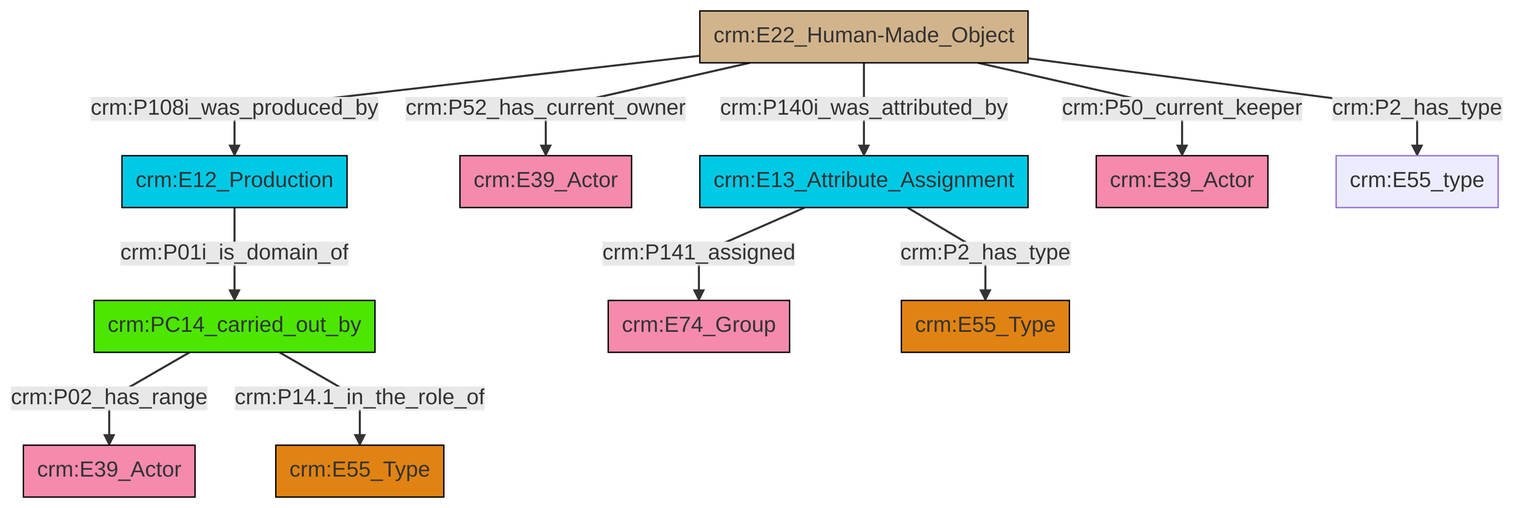
This is et/artworkCSV/ttl/mmd/png/Artwork_Actor_Relations.png from swiss-art-research-net/docs.swissartresearch, a Mermaid export, as it was before one commit. Its source is kept beside it as et/artworkCSV/ttl/mmd/Artwork_Actor_Relations.ttl.mmd.
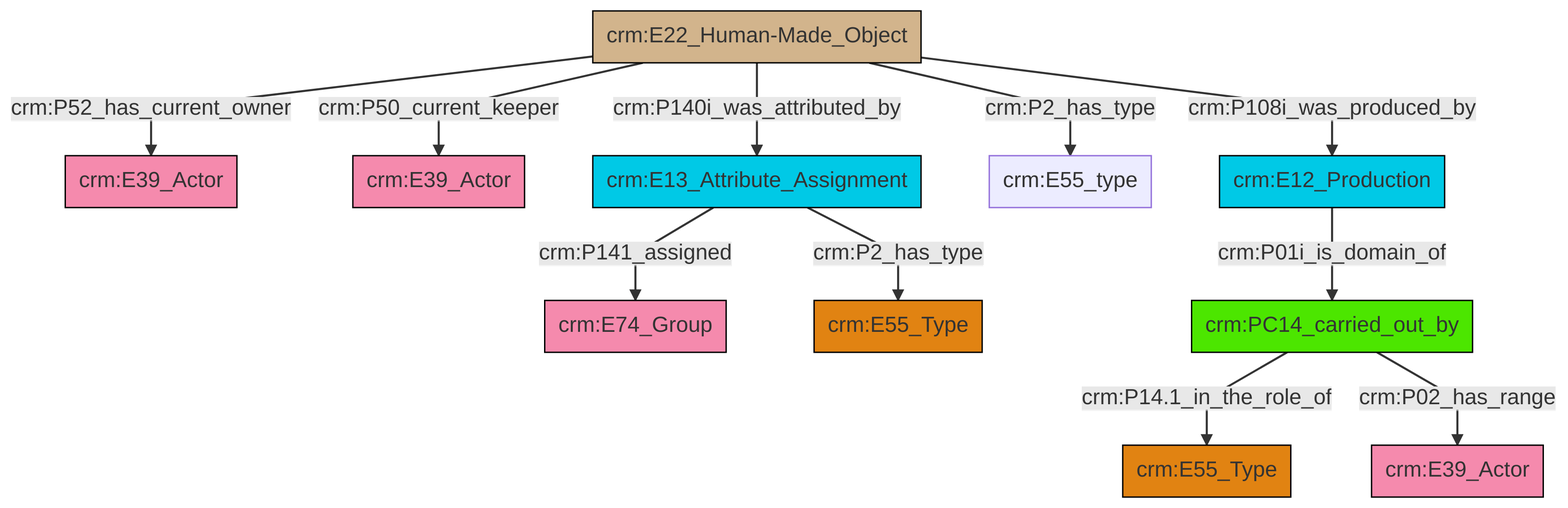
After the change.

Change to the diagram source:
```diff
@@ -13,13 +13,13 @@
 classDef PC_Classes fill:#4ce600, stroke:#000000;
 classDef Multi fill:#cccccc,stroke:#000000;
 
-4["crm:E22_Human-Made_Object"]:::Physical_Thing -->|crm:P108i_was_produced_by| 2["crm:E12_Production"]:::Temporal_Entity
-7["crm:PC14_carried_out_by"]:::PC_Classes -->|crm:P02_has_range| 8["crm:E39_Actor"]:::Actor
-9["crm:E13_Attribute_Assignment"]:::Temporal_Entity -->|crm:P141_assigned| 10["crm:E74_Group"]:::Actor
-4["crm:E22_Human-Made_Object"]:::Physical_Thing -->|crm:P52_has_current_owner| 14["crm:E39_Actor"]:::Actor
-4["crm:E22_Human-Made_Object"]:::Physical_Thing -->|crm:P140i_was_attributed_by| 9["crm:E13_Attribute_Assignment"]:::Temporal_Entity
-4["crm:E22_Human-Made_Object"]:::Physical_Thing -->|crm:P50_current_keeper| 11["crm:E39_Actor"]:::Actor
-2["crm:E12_Production"]:::Temporal_Entity -->|crm:P01i_is_domain_of| 7["crm:PC14_carried_out_by"]:::PC_Classes
-9["crm:E13_Attribute_Assignment"]:::Temporal_Entity -->|crm:P2_has_type| 0["crm:E55_Type"]:::Type
-4["crm:E22_Human-Made_Object"]:::Physical_Thing -->|crm:P2_has_type| 5["crm:E55_type"]:::Default
-7["crm:PC14_carried_out_by"]:::PC_Classes -->|crm:P14.1_in_the_role_of| 18["crm:E55_Type"]:::Type
+4["crm:E22_Human-Made_Object"]:::Physical_Thing -->|crm:P52_has_current_owner| 0["crm:E39_Actor"]:::Actor
+12["crm:E13_Attribute_Assignment"]:::Temporal_Entity -->|crm:P141_assigned| 2["crm:E74_Group"]:::Actor
+4["crm:E22_Human-Made_Object"]:::Physical_Thing -->|crm:P50_current_keeper| 8["crm:E39_Actor"]:::Actor
+4["crm:E22_Human-Made_Object"]:::Physical_Thing -->|crm:P140i_was_attributed_by| 12["crm:E13_Attribute_Assignment"]:::Temporal_Entity
+4["crm:E22_Human-Made_Object"]:::Physical_Thing -->|crm:P2_has_type| 15["crm:E55_type"]:::Default
+16["crm:E12_Production"]:::Temporal_Entity -->|crm:P01i_is_domain_of| 17["crm:PC14_carried_out_by"]:::PC_Classes
+4["crm:E22_Human-Made_Object"]:::Physical_Thing -->|crm:P108i_was_produced_by| 16["crm:E12_Production"]:::Temporal_Entity
+12["crm:E13_Attribute_Assignment"]:::Temporal_Entity -->|crm:P2_has_type| 10["crm:E55_Type"]:::Type
+17["crm:PC14_carried_out_by"]:::PC_Classes -->|crm:P14.1_in_the_role_of| 13["crm:E55_Type"]:::Type
+17["crm:PC14_carried_out_by"]:::PC_Classes -->|crm:P02_has_range| 6["crm:E39_Actor"]:::Actor
```
